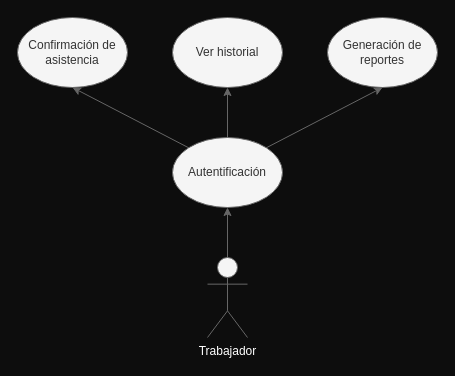
Earlier version of the draw.io diagram subsistemas/trabajador/trabajador.drawio (ecardosa/LogiRAIL-project). Source tidied: cells renumbered, new cells numbered last; positions are measured from the earlier drawing's top-left corner, leaving out a move shared by most shapes. Both pictures are drawn from the tidied source at 100%, with x=0, y=0 at pixel (17, 17).
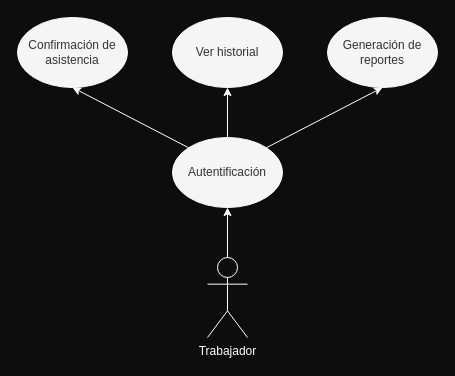
The same page after the edit.

Commit message (it also covers changes not shown here):
diagrama trabajadores pt.2

What changed in the source:
```diff
@@
 <mxGraphModel background="#0D0D0D">
   <root>
     <mxCell id="0" />
     <mxCell id="1" parent="0" />
-    <mxCell id="2" style="edgeStyle=none;html=1;exitX=0.5;exitY=0;exitDx=0;exitDy=0;exitPerimeter=0;entryX=0.5;entryY=1;entryDx=0;entryDy=0;fillColor=#f5f5f5;strokeColor=#666666;" parent="1" edge="1" source="3" target="7">
+    <mxCell id="2" style="edgeStyle=none;html=1;exitX=0.5;exitY=0;exitDx=0;exitDy=0;exitPerimeter=0;entryX=0.5;entryY=1;entryDx=0;entryDy=0;fillColor=#f5f5f5;strokeColor=#FFFFFF;" parent="1" edge="1" source="3" target="7">
       <mxGeometry relative="1" as="geometry" />
     </mxCell>
-    <mxCell id="3" value="Trabajador" style="shape=umlActor;verticalLabelPosition=bottom;verticalAlign=top;html=1;fillColor=#f5f5f5;fontColor=#FFFFFF;strokeColor=#666666;" parent="1" vertex="1">
+    <mxCell id="3" value="Trabajador" style="shape=umlActor;verticalLabelPosition=bottom;verticalAlign=top;html=1;fillColor=none;fontColor=#FFFFFF;strokeColor=#FFFFFF;" parent="1" vertex="1">
       <mxGeometry x="190" y="240" width="40" height="80" as="geometry" />
     </mxCell>
-    <mxCell id="4" style="edgeStyle=none;html=1;exitX=0.5;exitY=0;exitDx=0;exitDy=0;entryX=0.5;entryY=1;entryDx=0;entryDy=0;fillColor=#f5f5f5;strokeColor=#666666;" parent="1" edge="1" source="7" target="9">
+    <mxCell id="4" style="edgeStyle=none;html=1;exitX=0.5;exitY=0;exitDx=0;exitDy=0;entryX=0.5;entryY=1;entryDx=0;entryDy=0;fillColor=#f5f5f5;strokeColor=#FFFFFF;" parent="1" edge="1" source="7" target="9">
       <mxGeometry relative="1" as="geometry" />
     </mxCell>
-    <mxCell id="5" style="edgeStyle=none;html=1;exitX=0;exitY=0;exitDx=0;exitDy=0;entryX=0.5;entryY=1;entryDx=0;entryDy=0;fillColor=#f5f5f5;strokeColor=#666666;" parent="1" edge="1" source="7" target="8">
+    <mxCell id="5" style="edgeStyle=none;html=1;exitX=0;exitY=0;exitDx=0;exitDy=0;entryX=0.5;entryY=1;entryDx=0;entryDy=0;fillColor=#f5f5f5;strokeColor=#FFFFFF;" parent="1" edge="1" source="7" target="8">
       <mxGeometry relative="1" as="geometry" />
     </mxCell>
-    <mxCell id="6" style="edgeStyle=none;html=1;exitX=1;exitY=0;exitDx=0;exitDy=0;entryX=0.5;entryY=1;entryDx=0;entryDy=0;fillColor=#f5f5f5;strokeColor=#666666;" parent="1" edge="1" source="7" target="10">
+    <mxCell id="6" style="edgeStyle=none;html=1;exitX=1;exitY=0;exitDx=0;exitDy=0;entryX=0.5;entryY=1;entryDx=0;entryDy=0;fillColor=#f5f5f5;strokeColor=#FFFFFF;" parent="1" edge="1" source="7" target="10">
       <mxGeometry relative="1" as="geometry" />
     </mxCell>
-    <mxCell id="7" value="Autentificación" style="ellipse;whiteSpace=wrap;html=1;fillColor=#f5f5f5;fontColor=#333333;strokeColor=#666666;" parent="1" vertex="1">
+    <mxCell id="7" value="Autentificación" style="ellipse;whiteSpace=wrap;html=1;fillColor=#f5f5f5;fontColor=#333333;strokeColor=#FFFFFF;" parent="1" vertex="1">
       <mxGeometry x="155" y="120" width="110" height="70" as="geometry" />
     </mxCell>
-    <mxCell id="8" value="Confirmación de asistencia" style="ellipse;whiteSpace=wrap;html=1;fillColor=#f5f5f5;fontColor=#333333;strokeColor=#666666;" parent="1" vertex="1">
+    <mxCell id="8" value="Confirmación de asistencia" style="ellipse;whiteSpace=wrap;html=1;fillColor=#f5f5f5;fontColor=#333333;strokeColor=#FFFFFF;" parent="1" vertex="1">
       <mxGeometry width="110" height="70" as="geometry" />
     </mxCell>
-    <mxCell id="9" value="Ver historial" style="ellipse;whiteSpace=wrap;html=1;fillColor=#f5f5f5;fontColor=#333333;strokeColor=#666666;" parent="1" vertex="1">
+    <mxCell id="9" value="Ver historial" style="ellipse;whiteSpace=wrap;html=1;fillColor=#f5f5f5;fontColor=#333333;strokeColor=#FFFFFF;" parent="1" vertex="1">
       <mxGeometry x="155" width="110" height="70" as="geometry" />
     </mxCell>
-    <mxCell id="10" value="Generación de reportes" style="ellipse;whiteSpace=wrap;html=1;fillColor=#f5f5f5;fontColor=#333333;strokeColor=#666666;" parent="1" vertex="1">
+    <mxCell id="10" value="Generación de reportes" style="ellipse;whiteSpace=wrap;html=1;fillColor=#f5f5f5;fontColor=#333333;strokeColor=#FFFFFF;" parent="1" vertex="1">
       <mxGeometry x="310" width="110" height="70" as="geometry" />
     </mxCell>
   </root>
 </mxGraphModel>
```
